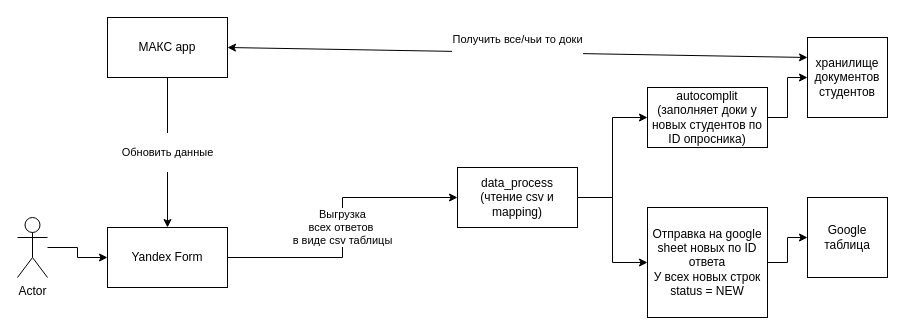
Before: scheme.drawio in PavelDuriy228/docs_autocomplet, a draw.io diagram. Source tidied: cells renumbered, new cells numbered last; positions are measured from the earlier drawing's top-left corner, leaving out a move shared by most shapes. Both pictures are drawn from the tidied source at 100%, with x=0, y=0 at pixel (17, 17).
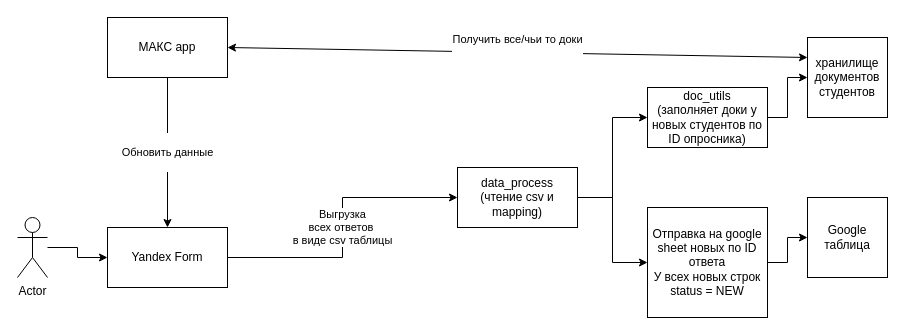
The same page after the edit.

Diff of the diagram source:
```diff
@@
 <mxGraphModel>
   <root>
     <mxCell id="0" />
     <mxCell id="1" parent="0" />
     <mxCell id="2" style="edgeStyle=orthogonalEdgeStyle;rounded=0;jettySize=auto;html=1;entryX=0;entryY=0.5;entryDx=0;entryDy=0;" parent="1" edge="1" source="3" target="5">
       <mxGeometry relative="1" as="geometry" />
     </mxCell>
     <mxCell id="3" value="Actor" style="shape=umlActor;verticalLabelPosition=bottom;verticalAlign=top;html=1;outlineConnect=0;" parent="1" vertex="1">
       <mxGeometry y="200" width="30" height="60" as="geometry" />
     </mxCell>
     <mxCell id="4" value="Выгрузка&lt;div&gt;всех ответов&amp;nbsp;&lt;/div&gt;&lt;div&gt;в виде csv таблицы&lt;/div&gt;" style="edgeStyle=orthogonalEdgeStyle;rounded=0;jettySize=auto;html=1;" parent="1" edge="1" source="5" target="8">
       <mxGeometry relative="1" as="geometry" />
     </mxCell>
     <mxCell id="5" value="Yandex Form" style="rounded=0;whiteSpace=wrap;html=1;" parent="1" vertex="1">
       <mxGeometry x="90" y="210" width="120" height="60" as="geometry" />
     </mxCell>
     <mxCell id="6" style="edgeStyle=orthogonalEdgeStyle;rounded=0;jettySize=auto;html=1;exitX=1;exitY=0.5;exitDx=0;exitDy=0;entryX=0;entryY=0.5;entryDx=0;entryDy=0;" parent="1" edge="1" source="8" target="10">
       <mxGeometry relative="1" as="geometry" />
     </mxCell>
     <mxCell id="7" style="edgeStyle=orthogonalEdgeStyle;rounded=0;jettySize=auto;html=1;entryX=0;entryY=0.5;entryDx=0;entryDy=0;" parent="1" edge="1" source="8" target="12">
       <mxGeometry relative="1" as="geometry" />
     </mxCell>
     <mxCell id="8" value="data_process&lt;div&gt;(чтение csv и mapping)&lt;/div&gt;" style="whiteSpace=wrap;html=1;rounded=0;" parent="1" vertex="1">
       <mxGeometry x="440" y="150" width="120" height="60" as="geometry" />
     </mxCell>
     <mxCell id="9" style="edgeStyle=orthogonalEdgeStyle;rounded=0;jettySize=auto;html=1;entryX=0;entryY=0.5;entryDx=0;entryDy=0;" parent="1" edge="1" source="10" target="15">
       <mxGeometry relative="1" as="geometry" />
     </mxCell>
-    <mxCell id="10" value="autocomplit&lt;div&gt;(заполняет доки у новых студентов по ID опросника)&lt;/div&gt;" style="whiteSpace=wrap;html=1;rounded=0;" parent="1" vertex="1">
+    <mxCell id="10" value="doc_utils&lt;div&gt;(заполняет доки у новых студентов по ID опросника)&lt;/div&gt;" style="whiteSpace=wrap;html=1;rounded=0;" parent="1" vertex="1">
       <mxGeometry x="630" y="70" width="120" height="60" as="geometry" />
     </mxCell>
     <mxCell id="11" style="edgeStyle=orthogonalEdgeStyle;rounded=0;jettySize=auto;html=1;entryX=0;entryY=0.5;entryDx=0;entryDy=0;" parent="1" edge="1" source="12" target="16">
       <mxGeometry relative="1" as="geometry" />
     </mxCell>
     <mxCell id="12" value="Отправка на google sheet новых по ID ответа&lt;div&gt;У всех новых строк status = NEW&lt;/div&gt;" style="rounded=0;whiteSpace=wrap;html=1;" parent="1" vertex="1">
       <mxGeometry x="630" y="190" width="120" height="110" as="geometry" />
     </mxCell>
     <mxCell id="13" value="&lt;br&gt;Обновить данные&lt;div&gt;&lt;br&gt;&lt;/div&gt;" style="edgeStyle=orthogonalEdgeStyle;rounded=0;jettySize=auto;html=1;" parent="1" edge="1" source="14" target="5">
       <mxGeometry relative="1" as="geometry" />
     </mxCell>
     <mxCell id="14" value="МАКС app" style="rounded=0;whiteSpace=wrap;html=1;" parent="1" vertex="1">
       <mxGeometry x="90" width="120" height="60" as="geometry" />
     </mxCell>
     <mxCell id="15" value="хранилище документов студентов" style="whiteSpace=wrap;html=1;" parent="1" vertex="1">
       <mxGeometry x="790" y="20" width="80" height="80" as="geometry" />
     </mxCell>
     <mxCell id="16" value="Google таблица" style="whiteSpace=wrap;html=1;" parent="1" vertex="1">
       <mxGeometry x="790" y="180" width="80" height="80" as="geometry" />
     </mxCell>
     <mxCell id="17" value="Получить все/чьи то доки&lt;div&gt;&lt;br&gt;&lt;div&gt;&lt;br&gt;&lt;/div&gt;&lt;/div&gt;" style="endArrow=classic;startArrow=classic;html=1;rounded=0;exitX=1;exitY=0.5;exitDx=0;exitDy=0;entryX=0;entryY=0.25;entryDx=0;entryDy=0;" parent="1" edge="1" source="14" target="15">
       <mxGeometry relative="1" as="geometry" />
     </mxCell>
   </root>
 </mxGraphModel>
```
